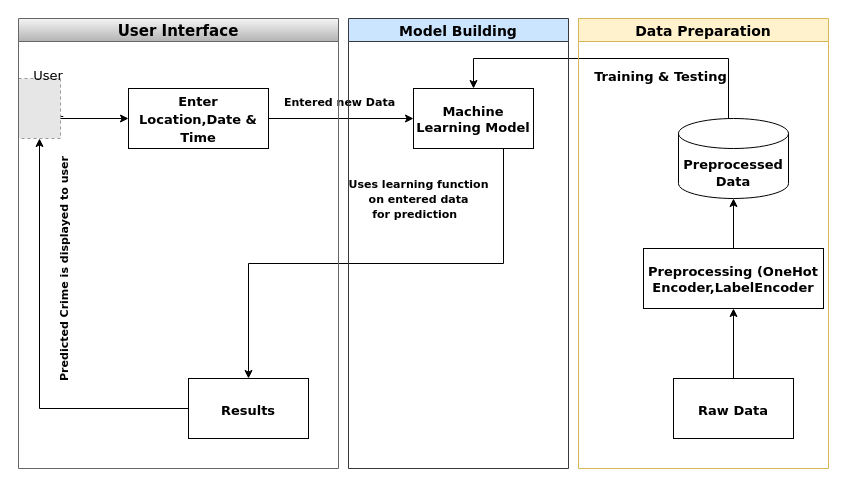
Above: work_flow.drawio in ChanumoluGayathri/System_Design (draw.io), before the change. Source tidied: cells renumbered, new cells numbered last; positions are measured from the earlier drawing's top-left corner, leaving out a move shared by most shapes. Both pictures are drawn from the tidied source at 100%, with x=0, y=0 at pixel (18, 18). Pictures stored in the file or linked from it are replaced by grey dashed boxes.
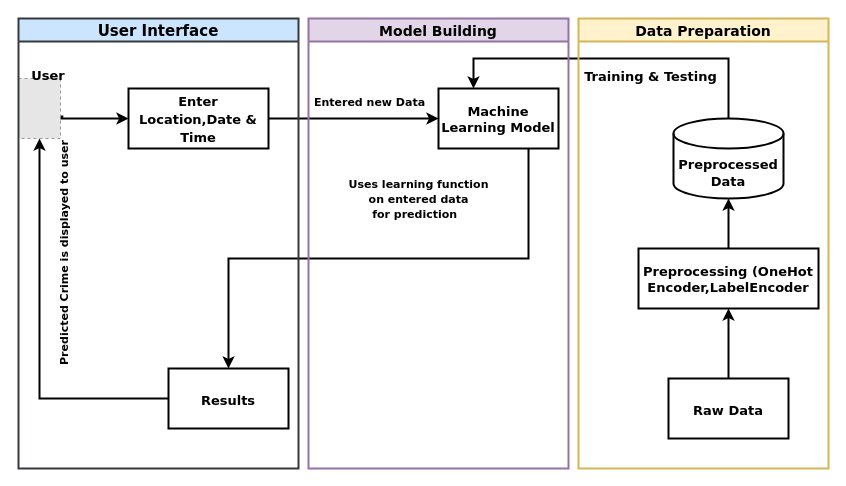
After the change.

The change refers to these unchanged cells:
```xml
<mxCell id="3" style="fillColor=#E6E6E6;strokeColor=#999999;dashed=1;verticalLabelPosition=bottom;labelBackgroundColor=default;verticalAlign=top;" parent="1" vertex="1">
  <mxGeometry y="60" width="42" height="60" as="geometry" />
</mxCell>
```

What changed in the source:
```diff
@@
-    <mxCell id="2" style="edgeStyle=orthogonalEdgeStyle;rounded=0;hachureGap=4;jettySize=auto;html=1;fontFamily=Architects Daughter;fontSize=16;entryX=0;entryY=0.5;entryDx=0;entryDy=0;exitX=1.067;exitY=0.633;exitDx=0;exitDy=0;exitPerimeter=0;" parent="1" edge="1" source="3" target="7">
+    <mxCell id="2" style="edgeStyle=orthogonalEdgeStyle;rounded=0;hachureGap=4;jettySize=auto;html=1;fontFamily=Architects Daughter;fontSize=16;entryX=0;entryY=0.5;entryDx=0;entryDy=0;exitX=1.067;exitY=0.633;exitDx=0;exitDy=0;exitPerimeter=0;strokeWidth=2;" parent="1" edge="1" source="3" target="7">
       <mxGeometry relative="1" as="geometry">
         <Array as="points">
           <mxPoint x="25" y="100" />
         </Array>
       </mxGeometry>
     </mxCell>
@@
-    <mxCell id="4" value="&lt;font style=&quot;font-size: 13px;&quot; face=&quot;Verdana&quot;&gt;User&lt;/font&gt;" style="text;html=1;strokeColor=none;fillColor=none;align=center;verticalAlign=middle;whiteSpace=wrap;rounded=0;fontSize=20;fontFamily=Architects Daughter;" parent="1" vertex="1">
+    <mxCell id="4" value="&lt;font style=&quot;font-size: 13px;&quot; face=&quot;Verdana&quot;&gt;&lt;b&gt;User&lt;/b&gt;&lt;/font&gt;" style="text;html=1;strokeColor=none;fillColor=none;align=center;verticalAlign=middle;whiteSpace=wrap;rounded=0;fontSize=20;fontFamily=Architects Daughter;" parent="1" vertex="1">
       <mxGeometry y="40" width="60" height="30" as="geometry" />
     </mxCell>
-    <mxCell id="5" style="edgeStyle=orthogonalEdgeStyle;rounded=0;hachureGap=4;jettySize=auto;html=1;fontFamily=Architects Daughter;fontSize=16;" parent="1" edge="1" source="7" target="9">
+    <mxCell id="5" style="edgeStyle=orthogonalEdgeStyle;rounded=0;hachureGap=4;jettySize=auto;html=1;fontFamily=Architects Daughter;fontSize=16;strokeWidth=2;" parent="1" edge="1" source="7" target="9">
       <mxGeometry relative="1" as="geometry" />
     </mxCell>
     <mxCell id="6" value="&lt;font size=&quot;1&quot; style=&quot;&quot; face=&quot;Verdana&quot;&gt;&lt;b style=&quot;font-size: 11px;&quot;&gt;Entered new Data&lt;/b&gt;&lt;/font&gt;" style="edgeLabel;html=1;align=center;verticalAlign=middle;fontSize=20;fontFamily=Architects Daughter;" parent="5" vertex="1">
       <mxGeometry x="-0.2" y="2" relative="1" as="geometry">
-        <mxPoint x="12" y="-18" as="offset" />
+        <mxPoint x="32" y="-18" as="offset" />
       </mxGeometry>
     </mxCell>
-    <mxCell id="7" value="&lt;p style=&quot;line-height: 80%;&quot;&gt;&lt;font style=&quot;font-size: 13px;&quot; face=&quot;Verdana&quot;&gt;&lt;b&gt;Enter Location,Date &amp;amp; Time&lt;/b&gt;&lt;/font&gt;&lt;/p&gt;" style="rounded=0;whiteSpace=wrap;html=1;hachureGap=4;fontFamily=Architects Daughter;fontSize=20;" parent="1" vertex="1">
+    <mxCell id="7" value="&lt;p style=&quot;line-height: 80%;&quot;&gt;&lt;font style=&quot;font-size: 13px;&quot; face=&quot;Verdana&quot;&gt;&lt;b&gt;Enter Location,Date &amp;amp; Time&lt;/b&gt;&lt;/font&gt;&lt;/p&gt;" style="rounded=0;whiteSpace=wrap;html=1;hachureGap=4;fontFamily=Architects Daughter;fontSize=20;strokeWidth=2;" parent="1" vertex="1">
       <mxGeometry x="110" y="70" width="140" height="60" as="geometry" />
     </mxCell>
-    <mxCell id="8" style="edgeStyle=orthogonalEdgeStyle;rounded=0;hachureGap=4;jettySize=auto;html=1;exitX=0.75;exitY=1;exitDx=0;exitDy=0;entryX=0.5;entryY=0;entryDx=0;entryDy=0;fontFamily=Architects Daughter;fontSize=16;" parent="1" edge="1" source="9" target="16">
+    <mxCell id="8" style="edgeStyle=orthogonalEdgeStyle;rounded=0;hachureGap=4;jettySize=auto;html=1;exitX=0.75;exitY=1;exitDx=0;exitDy=0;entryX=0.5;entryY=0;entryDx=0;entryDy=0;fontFamily=Architects Daughter;fontSize=16;strokeWidth=2;" parent="1" edge="1" source="9" target="16">
       <mxGeometry relative="1" as="geometry" />
     </mxCell>
-    <mxCell id="9" value="&lt;p style=&quot;line-height: 70%;&quot;&gt;&lt;font style=&quot;font-size: 13px;&quot; face=&quot;Verdana&quot;&gt;&lt;b&gt;Machine Learning Model&lt;/b&gt;&lt;/font&gt;&lt;/p&gt;" style="rounded=0;whiteSpace=wrap;html=1;hachureGap=4;fontFamily=Architects Daughter;fontSize=20;" parent="1" vertex="1">
-      <mxGeometry x="395" y="70" width="120" height="60" as="geometry" />
-    </mxCell>
@@
-    <mxCell id="11" style="edgeStyle=orthogonalEdgeStyle;rounded=0;hachureGap=4;jettySize=auto;html=1;entryX=0.5;entryY=1;entryDx=0;entryDy=0;fontFamily=Architects Daughter;fontSize=16;" parent="1" edge="1" source="16" target="3">
+    <mxCell id="11" style="edgeStyle=orthogonalEdgeStyle;rounded=0;hachureGap=4;jettySize=auto;html=1;entryX=0.5;entryY=1;entryDx=0;entryDy=0;fontFamily=Architects Daughter;fontSize=16;strokeWidth=2;" parent="1" edge="1" source="16" target="3">
       <mxGeometry relative="1" as="geometry" />
     </mxCell>
@@
-    <mxCell id="13" style="edgeStyle=orthogonalEdgeStyle;rounded=0;hachureGap=4;jettySize=auto;html=1;fontFamily=Architects Daughter;fontSize=16;" parent="1" edge="1" source="19" target="9">
+    <mxCell id="13" style="edgeStyle=orthogonalEdgeStyle;rounded=0;hachureGap=4;jettySize=auto;html=1;fontFamily=Architects Daughter;fontSize=16;strokeWidth=2;" parent="1" edge="1" source="19" target="9">
       <mxGeometry relative="1" as="geometry">
         <Array as="points">
           <mxPoint x="710" y="40" />
           <mxPoint x="455" y="40" />
         </Array>
       </mxGeometry>
     </mxCell>
     <mxCell id="14" value="&lt;font face=&quot;Verdana&quot;&gt;&lt;span style=&quot;font-size: 13px;&quot;&gt;&lt;b&gt;Training &amp;amp; Testing&lt;/b&gt;&lt;/span&gt;&lt;/font&gt;" style="edgeLabel;html=1;align=center;verticalAlign=middle;fontSize=20;fontFamily=Architects Daughter;" parent="13" vertex="1">
       <mxGeometry x="-0.35" y="2" relative="1" as="geometry">
-        <mxPoint x="-17" y="13" as="offset" />
+        <mxPoint x="-27" y="13" as="offset" />
       </mxGeometry>
     </mxCell>
-    <mxCell id="15" value="User Interface" style="swimlane;hachureGap=4;fontFamily=Verdana;fontSize=15;fontStyle=1;fillColor=#f5f5f5;gradientColor=#b3b3b3;strokeColor=#666666;" parent="1" vertex="1">
-      <mxGeometry width="320" height="450" as="geometry" />
+    <mxCell id="15" value="User Interface" style="swimlane;hachureGap=4;fontFamily=Verdana;fontSize=15;fontStyle=1;fillColor=#cce5ff;strokeColor=#36393d;strokeWidth=2;" parent="1" vertex="1">
+      <mxGeometry width="280" height="450" as="geometry" />
     </mxCell>
-    <mxCell id="16" value="&lt;font style=&quot;font-size: 13px;&quot; face=&quot;Verdana&quot;&gt;&lt;b&gt;Results&lt;/b&gt;&lt;/font&gt;" style="rounded=0;whiteSpace=wrap;html=1;hachureGap=4;fontFamily=Architects Daughter;fontSize=20;" parent="15" vertex="1">
-      <mxGeometry x="170" y="360" width="120" height="60" as="geometry" />
+    <mxCell id="16" value="&lt;font style=&quot;font-size: 13px;&quot; face=&quot;Verdana&quot;&gt;&lt;b&gt;Results&lt;/b&gt;&lt;/font&gt;" style="rounded=0;whiteSpace=wrap;html=1;hachureGap=4;fontFamily=Architects Daughter;fontSize=20;strokeWidth=2;" parent="15" vertex="1">
+      <mxGeometry x="150" y="350" width="120" height="60" as="geometry" />
     </mxCell>
-    <mxCell id="17" value="Model Building" style="swimlane;hachureGap=4;fontFamily=Verdana;fontSize=14;fillColor=#cce5ff;strokeColor=#36393d;" parent="1" vertex="1">
-      <mxGeometry x="330" width="220" height="450" as="geometry" />
+    <mxCell id="17" value="Model Building" style="swimlane;hachureGap=4;fontFamily=Verdana;fontSize=14;fillColor=#e1d5e7;strokeColor=#9673a6;strokeWidth=2;" parent="1" vertex="1">
+      <mxGeometry x="290" width="260" height="450" as="geometry" />
     </mxCell>
+    <mxCell id="9" value="&lt;p style=&quot;line-height: 70%;&quot;&gt;&lt;font style=&quot;font-size: 13px;&quot; face=&quot;Verdana&quot;&gt;&lt;b&gt;Machine Learning Model&lt;/b&gt;&lt;/font&gt;&lt;/p&gt;" style="rounded=0;whiteSpace=wrap;html=1;hachureGap=4;fontFamily=Architects Daughter;fontSize=20;strokeWidth=2;" parent="17" vertex="1">
+      <mxGeometry x="130" y="70" width="120" height="60" as="geometry" />
+    </mxCell>
-    <mxCell id="18" value="Data Preparation" style="swimlane;hachureGap=4;fontFamily=Verdana;fontSize=14;fillColor=#fff2cc;strokeColor=#d6b656;" parent="1" vertex="1">
+    <mxCell id="18" value="Data Preparation" style="swimlane;hachureGap=4;fontFamily=Verdana;fontSize=14;fillColor=#fff2cc;strokeColor=#d6b656;strokeWidth=2;" parent="1" vertex="1">
       <mxGeometry x="560" width="250" height="450" as="geometry" />
     </mxCell>
-    <mxCell id="19" value="&lt;p style=&quot;line-height: 70%;&quot;&gt;&lt;font face=&quot;Verdana&quot;&gt;&lt;span style=&quot;font-size: 13px;&quot;&gt;&lt;b&gt;Preprocessed Data&lt;/b&gt;&lt;/span&gt;&lt;/font&gt;&lt;/p&gt;" style="shape=cylinder3;whiteSpace=wrap;html=1;boundedLbl=1;backgroundOutline=1;size=15;hachureGap=4;fontFamily=Architects Daughter;fontSize=20;" parent="18" vertex="1">
-      <mxGeometry x="100" y="100" width="110" height="80" as="geometry" />
+    <mxCell id="19" value="&lt;p style=&quot;line-height: 70%;&quot;&gt;&lt;font face=&quot;Verdana&quot;&gt;&lt;span style=&quot;font-size: 13px;&quot;&gt;&lt;b&gt;Preprocessed Data&lt;/b&gt;&lt;/span&gt;&lt;/font&gt;&lt;/p&gt;" style="shape=cylinder3;whiteSpace=wrap;html=1;boundedLbl=1;backgroundOutline=1;size=15;hachureGap=4;fontFamily=Architects Daughter;fontSize=20;strokeWidth=2;" parent="18" vertex="1">
+      <mxGeometry x="95" y="100" width="110" height="80" as="geometry" />
     </mxCell>
-    <mxCell id="20" value="&lt;p style=&quot;line-height: 70%;&quot;&gt;&lt;b&gt;&lt;font style=&quot;font-size: 13px;&quot; face=&quot;Verdana&quot;&gt;Preprocessing (OneHot Encoder,LabelEncoder&lt;/font&gt;&lt;/b&gt;&lt;/p&gt;" style="rounded=0;whiteSpace=wrap;html=1;hachureGap=4;fontFamily=Architects Daughter;fontSize=20;" parent="18" vertex="1">
-      <mxGeometry x="65" y="230" width="180" height="60" as="geometry" />
+    <mxCell id="20" value="&lt;p style=&quot;line-height: 70%;&quot;&gt;&lt;b&gt;&lt;font style=&quot;font-size: 13px;&quot; face=&quot;Verdana&quot;&gt;Preprocessing (OneHot Encoder,LabelEncoder&lt;/font&gt;&lt;/b&gt;&lt;/p&gt;" style="rounded=0;whiteSpace=wrap;html=1;hachureGap=4;fontFamily=Architects Daughter;fontSize=20;strokeWidth=2;" parent="18" vertex="1">
+      <mxGeometry x="60" y="230" width="180" height="60" as="geometry" />
     </mxCell>
-    <mxCell id="21" style="edgeStyle=orthogonalEdgeStyle;rounded=0;hachureGap=4;jettySize=auto;html=1;fontFamily=Architects Daughter;fontSize=16;" parent="18" edge="1" source="20" target="19">
+    <mxCell id="21" style="edgeStyle=orthogonalEdgeStyle;rounded=0;hachureGap=4;jettySize=auto;html=1;fontFamily=Architects Daughter;fontSize=16;strokeWidth=2;" parent="18" edge="1" source="20" target="19">
       <mxGeometry relative="1" as="geometry" />
     </mxCell>
-    <mxCell id="22" value="&lt;b&gt;&lt;font style=&quot;font-size: 13px;&quot; face=&quot;Verdana&quot;&gt;Raw Data&lt;/font&gt;&lt;/b&gt;" style="rounded=0;whiteSpace=wrap;html=1;hachureGap=4;fontFamily=Architects Daughter;fontSize=20;" parent="18" vertex="1">
-      <mxGeometry x="95" y="360" width="120" height="60" as="geometry" />
+    <mxCell id="22" value="&lt;b&gt;&lt;font style=&quot;font-size: 13px;&quot; face=&quot;Verdana&quot;&gt;Raw Data&lt;/font&gt;&lt;/b&gt;" style="rounded=0;whiteSpace=wrap;html=1;hachureGap=4;fontFamily=Architects Daughter;fontSize=20;strokeWidth=2;" parent="18" vertex="1">
+      <mxGeometry x="90" y="360" width="120" height="60" as="geometry" />
     </mxCell>
-    <mxCell id="23" style="edgeStyle=orthogonalEdgeStyle;rounded=0;hachureGap=4;jettySize=auto;html=1;fontFamily=Architects Daughter;fontSize=16;" parent="18" edge="1" source="22" target="20">
+    <mxCell id="23" style="edgeStyle=orthogonalEdgeStyle;rounded=0;hachureGap=4;jettySize=auto;html=1;fontFamily=Architects Daughter;fontSize=16;strokeWidth=2;" parent="18" edge="1" source="22" target="20">
       <mxGeometry relative="1" as="geometry" />
     </mxCell>
```
